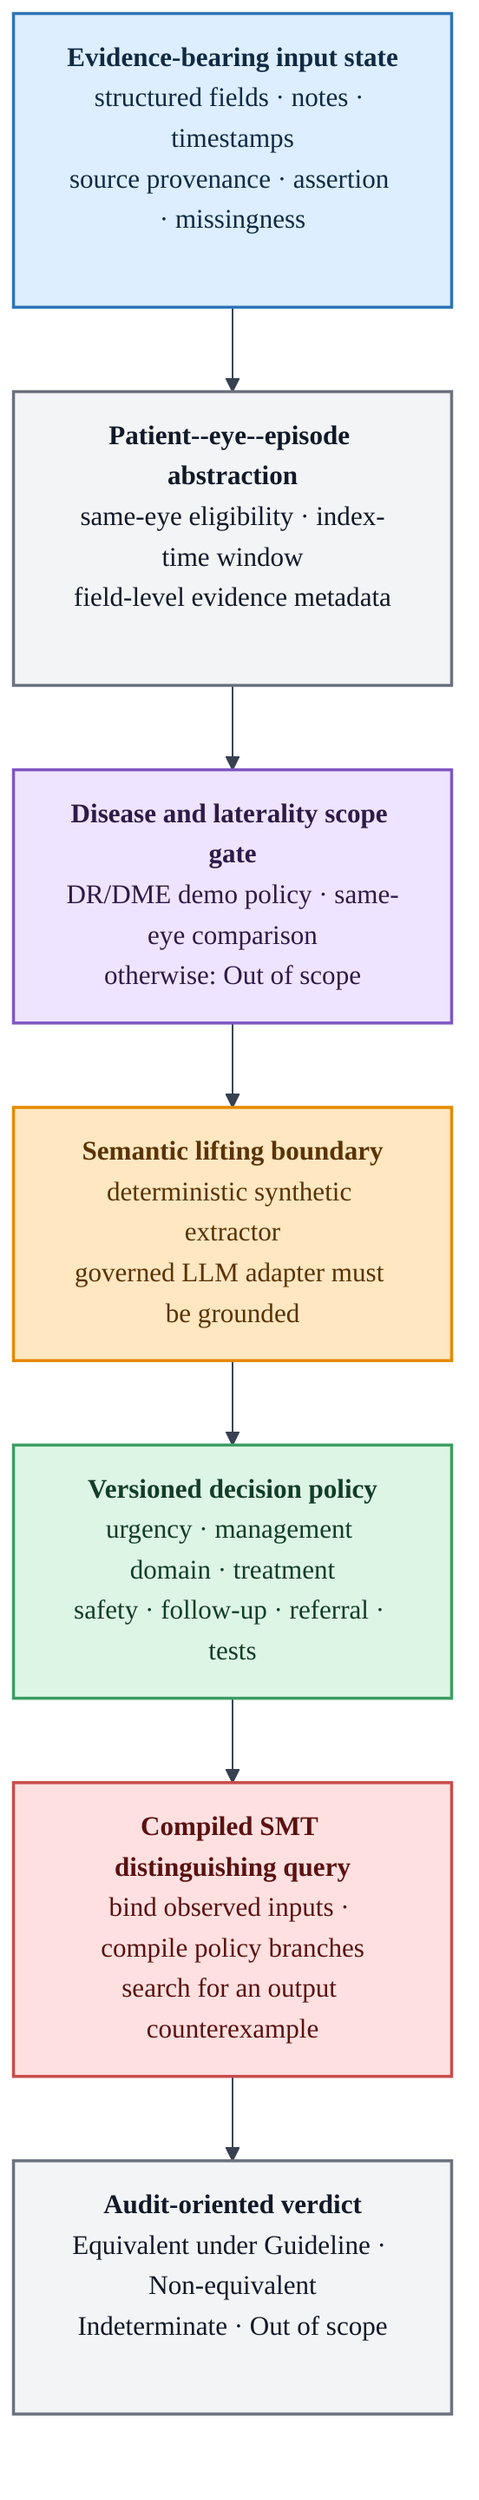
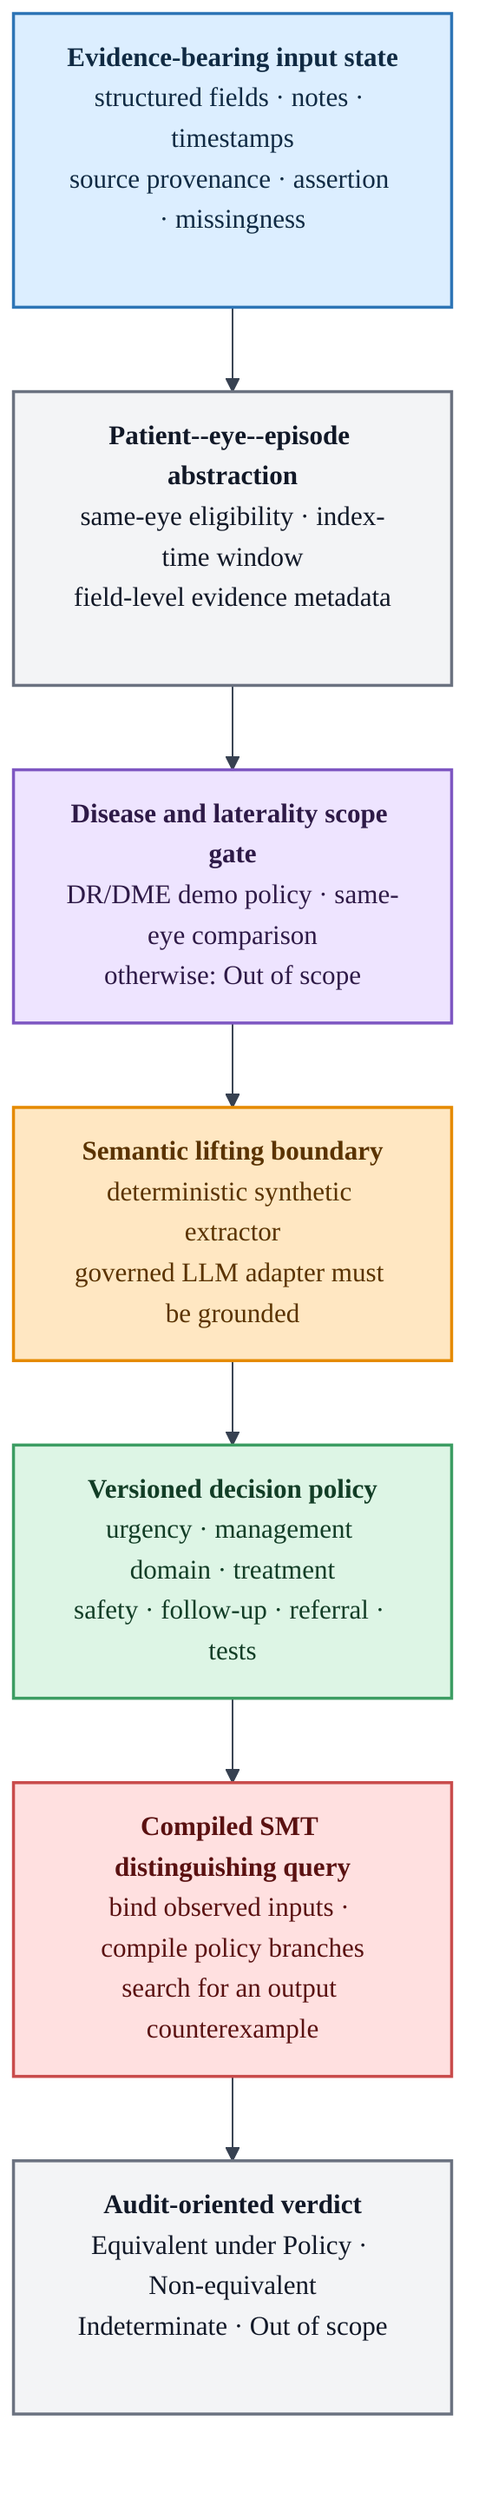
%%{init: {
  "theme": "base",
  "themeVariables": {
    "fontFamily": "Arial, Helvetica, sans-serif",
    "lineColor": "#374151",
    "primaryTextColor": "#111827"
  }
}}%%
flowchart TB
    A["<b>Evidence-bearing input state</b><br/>structured fields · notes · timestamps<br/>source provenance · assertion · missingness"]:::blue
    B["<b>Patient--eye--episode abstraction</b><br/>same-eye eligibility · index-time window<br/>field-level evidence metadata"]:::gray
    C["<b>Disease and laterality scope gate</b><br/>DR/DME demo policy · same-eye comparison<br/>otherwise: Out of scope"]:::purple
    D["<b>Semantic lifting boundary</b><br/>deterministic synthetic extractor<br/>governed LLM adapter must be grounded"]:::orange
    E["<b>Versioned decision policy</b><br/>urgency · management domain · treatment<br/>safety · follow-up · referral · tests"]:::green
    F["<b>Compiled SMT distinguishing query</b><br/>bind observed inputs · compile policy branches<br/>search for an output counterexample"]:::red
-     G["<b>Audit-oriented verdict</b><br/>Equivalent under Guideline · Non-equivalent<br/>Indeterminate · Out of scope"]:::gray
+     G["<b>Audit-oriented verdict</b><br/>Equivalent under Policy · Non-equivalent<br/>Indeterminate · Out of scope"]:::gray

    A --> B --> C --> D --> E --> F --> G

    classDef blue fill:#DCEEFF,stroke:#2E75B6,color:#102A43,stroke-width:1.8px;
    classDef purple fill:#EEE4FF,stroke:#7E57C2,color:#2E1A47,stroke-width:1.8px;
    classDef orange fill:#FFE7C2,stroke:#E58A00,color:#5A3300,stroke-width:1.8px;
    classDef green fill:#DDF5E5,stroke:#3C9D63,color:#123D26,stroke-width:1.8px;
    classDef red fill:#FFE0E0,stroke:#C94C4C,color:#5A1111,stroke-width:1.8px;
    classDef gray fill:#F3F4F6,stroke:#6B7280,color:#111827,stroke-width:1.8px;
